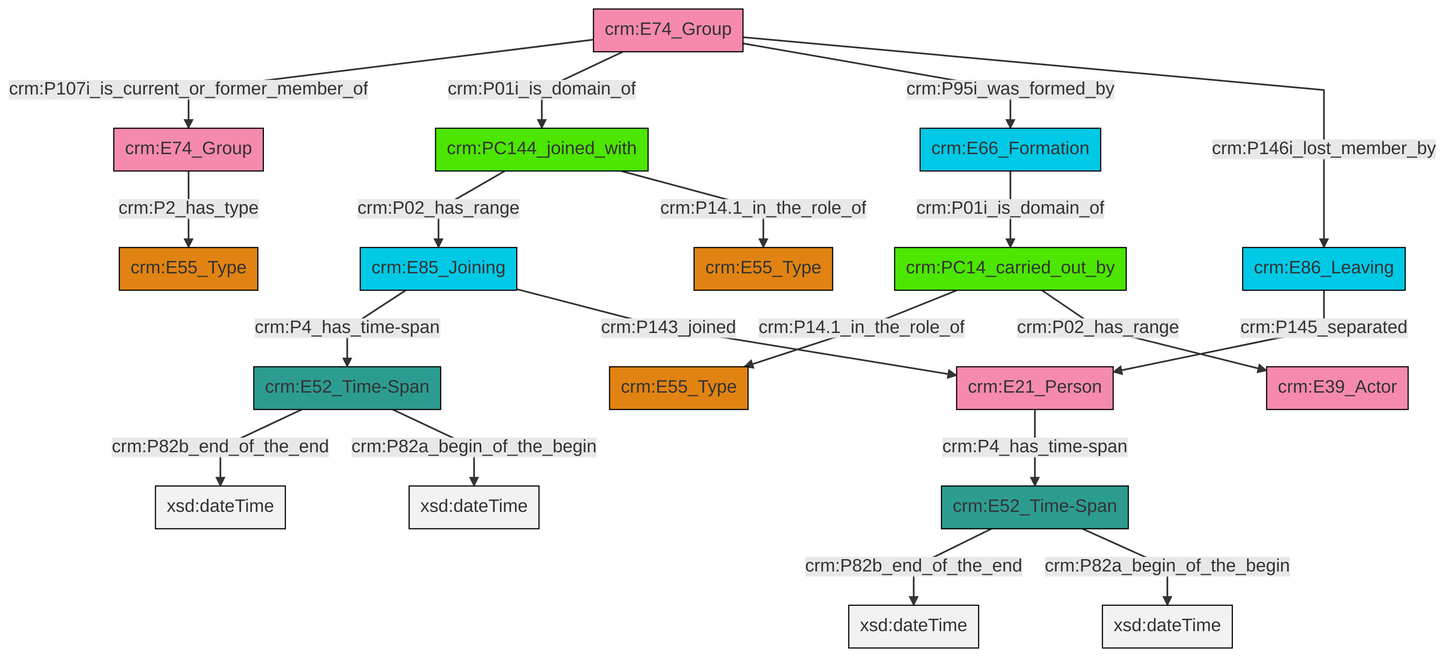
Earlier version of the Mermaid export et/groupCSV/ttl/mmd/png/group_actor_relations.png (swiss-art-research-net/docs.swissartresearch). Its source is kept beside it as et/groupCSV/ttl/mmd/group_actor_relations.ttl.mmd.
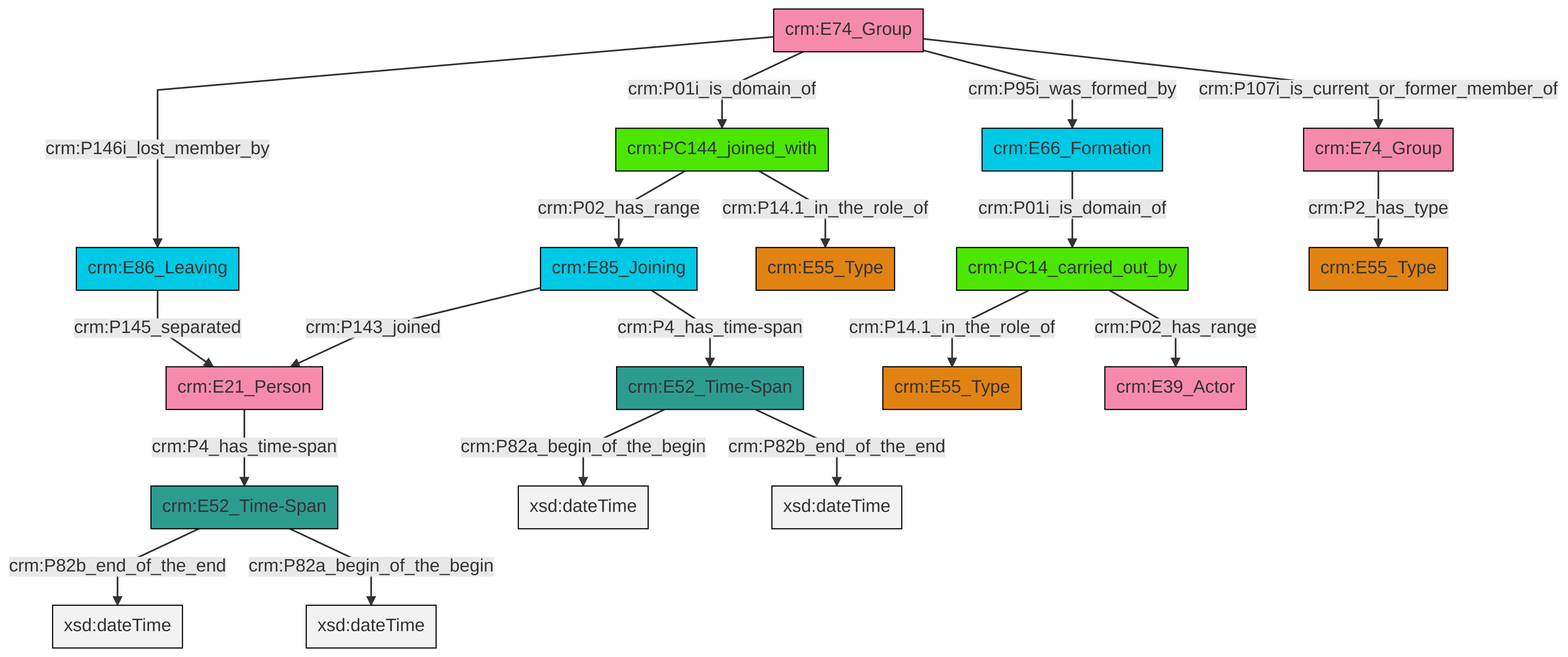
After the commit.

Change to the diagram source:
```diff
@@ -13,21 +13,21 @@
 classDef PC_Classes fill:#4ce600, stroke:#000000;
 classDef Multi fill:#cccccc,stroke:#000000;
 
-4["crm:E52_Time-Span"]:::Time-Span -->|crm:P82b_end_of_the_end| 5[xsd:dateTime]:::Literal
-10["crm:E52_Time-Span"]:::Time-Span -->|crm:P82b_end_of_the_end| 11[xsd:dateTime]:::Literal
-14["crm:E74_Group"]:::Actor -->|crm:P107i_is_current_or_former_member_of| 15["crm:E74_Group"]:::Actor
-15["crm:E74_Group"]:::Actor -->|crm:P2_has_type| 20["crm:E55_Type"]:::Type
-14["crm:E74_Group"]:::Actor -->|crm:P01i_is_domain_of| 2["crm:PC144_joined_with"]:::PC_Classes
-16["crm:E66_Formation"]:::Temporal_Entity -->|crm:P01i_is_domain_of| 21["crm:PC14_carried_out_by"]:::PC_Classes
-14["crm:E74_Group"]:::Actor -->|crm:P95i_was_formed_by| 16["crm:E66_Formation"]:::Temporal_Entity
-2["crm:PC144_joined_with"]:::PC_Classes -->|crm:P02_has_range| 23["crm:E85_Joining"]:::Temporal_Entity
-21["crm:PC14_carried_out_by"]:::PC_Classes -->|crm:P14.1_in_the_role_of| 0["crm:E55_Type"]:::Type
-12["crm:E21_Person"]:::Actor -->|crm:P4_has_time-span| 10["crm:E52_Time-Span"]:::Time-Span
-2["crm:PC144_joined_with"]:::PC_Classes -->|crm:P14.1_in_the_role_of| 18["crm:E55_Type"]:::Type
-4["crm:E52_Time-Span"]:::Time-Span -->|crm:P82a_begin_of_the_begin| 31[xsd:dateTime]:::Literal
-21["crm:PC14_carried_out_by"]:::PC_Classes -->|crm:P02_has_range| 8["crm:E39_Actor"]:::Actor
-14["crm:E74_Group"]:::Actor -->|crm:P146i_lost_member_by| 6["crm:E86_Leaving"]:::Temporal_Entity
-10["crm:E52_Time-Span"]:::Time-Span -->|crm:P82a_begin_of_the_begin| 34[xsd:dateTime]:::Literal
-6["crm:E86_Leaving"]:::Temporal_Entity -->|crm:P145_separated| 12["crm:E21_Person"]:::Actor
-23["crm:E85_Joining"]:::Temporal_Entity -->|crm:P4_has_time-span| 4["crm:E52_Time-Span"]:::Time-Span
-23["crm:E85_Joining"]:::Temporal_Entity -->|crm:P143_joined| 12["crm:E21_Person"]:::Actor
+0["crm:E74_Group"]:::Actor -->|crm:P146i_lost_member_by| 1["crm:E86_Leaving"]:::Temporal_Entity
+2["crm:E52_Time-Span"]:::Time-Span -->|crm:P82a_begin_of_the_begin| 3[xsd:dateTime]:::Literal
+4["crm:E21_Person"]:::Actor -->|crm:P4_has_time-span| 5["crm:E52_Time-Span"]:::Time-Span
+6["crm:PC144_joined_with"]:::PC_Classes -->|crm:P02_has_range| 7["crm:E85_Joining"]:::Temporal_Entity
+8["crm:E66_Formation"]:::Temporal_Entity -->|crm:P01i_is_domain_of| 16["crm:PC14_carried_out_by"]:::PC_Classes
+16["crm:PC14_carried_out_by"]:::PC_Classes -->|crm:P14.1_in_the_role_of| 10["crm:E55_Type"]:::Type
+0["crm:E74_Group"]:::Actor -->|crm:P01i_is_domain_of| 6["crm:PC144_joined_with"]:::PC_Classes
+0["crm:E74_Group"]:::Actor -->|crm:P95i_was_formed_by| 8["crm:E66_Formation"]:::Temporal_Entity
+6["crm:PC144_joined_with"]:::PC_Classes -->|crm:P14.1_in_the_role_of| 12["crm:E55_Type"]:::Type
+7["crm:E85_Joining"]:::Temporal_Entity -->|crm:P143_joined| 4["crm:E21_Person"]:::Actor
+5["crm:E52_Time-Span"]:::Time-Span -->|crm:P82b_end_of_the_end| 30[xsd:dateTime]:::Literal
+0["crm:E74_Group"]:::Actor -->|crm:P107i_is_current_or_former_member_of| 14["crm:E74_Group"]:::Actor
+2["crm:E52_Time-Span"]:::Time-Span -->|crm:P82b_end_of_the_end| 32[xsd:dateTime]:::Literal
+14["crm:E74_Group"]:::Actor -->|crm:P2_has_type| 20["crm:E55_Type"]:::Type
+7["crm:E85_Joining"]:::Temporal_Entity -->|crm:P4_has_time-span| 2["crm:E52_Time-Span"]:::Time-Span
+1["crm:E86_Leaving"]:::Temporal_Entity -->|crm:P145_separated| 4["crm:E21_Person"]:::Actor
+16["crm:PC14_carried_out_by"]:::PC_Classes -->|crm:P02_has_range| 18["crm:E39_Actor"]:::Actor
+5["crm:E52_Time-Span"]:::Time-Span -->|crm:P82a_begin_of_the_begin| 33[xsd:dateTime]:::Literal
```
